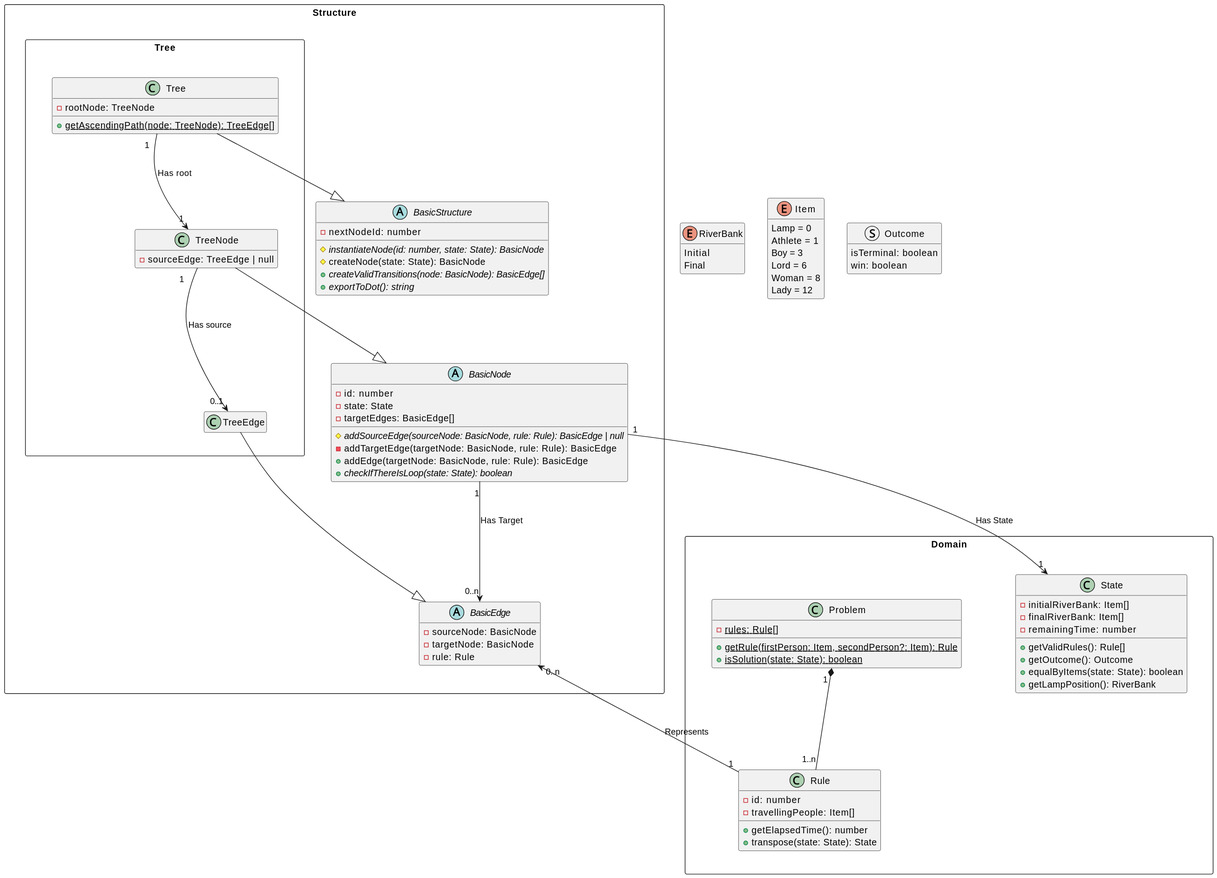
Above: docs/classDiagram.svg in gabdumal/ponteEscura (PlantUML), before the change.
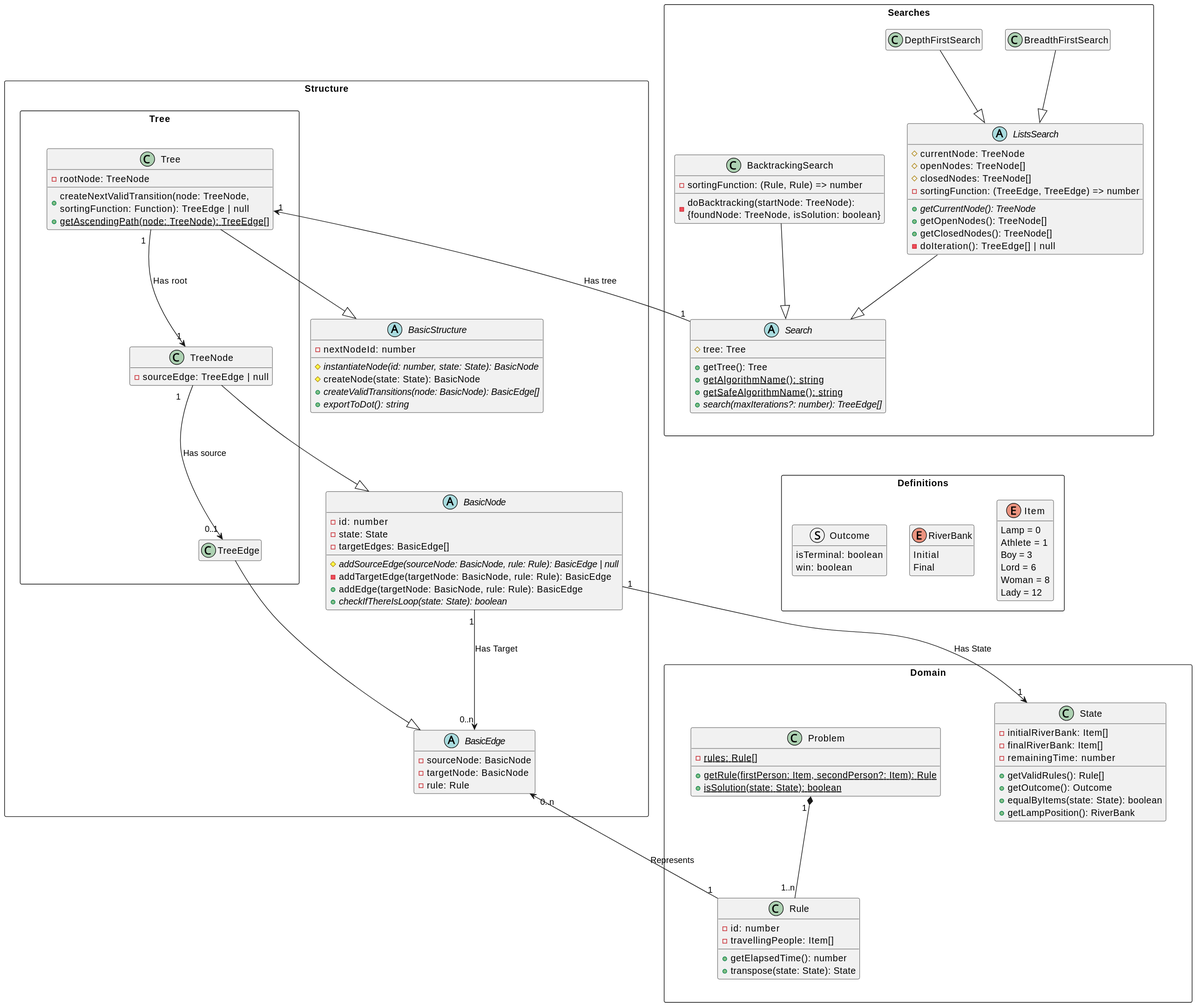
Later version of the same file.

Commit message:
Create abstract class Search

The edit, as a diff of the source:
```diff
@@ -1,6 +1,40 @@
 @startuml
 
     hide empty members
+
+
+
+    package Definitions <<Rectangle>> {
+        enum Item
+        enum RiverBank
+        struct Outcome
+    }
+
+    package Domain <<Rectangle>> {
+        class Rule
+        class State
+        class Problem
+    }
+
+    package Structure <<Rectangle>> {
+        class BasicEdge
+        class BasicNode
+        class BasicStructure
+
+        package Tree <<Rectangle>> {
+            class TreeEdge
+            class TreeNode
+            class Tree
+        }
+    }
+
+    package Searches <<Rectangle>> {
+        abstract class Search
+        abstract class ListsSearch
+        class BreadthFirstSearch
+        class DepthFirstSearch
+        class BacktrackingSearch
+    }
 
 
 
@@ -21,27 +55,6 @@
     struct Outcome {
         isTerminal: boolean
         win: boolean
-    }
-
-
-
-    package Domain <<Rectangle>> {
-        class Rule
-        class State
-        class Problem
-    }
-
-    package Structure <<Rectangle>> {
-        class BasicEdge
-        class BasicNode
-        class BasicStructure
-
-        package Tree <<Rectangle>> {
-            class TreeEdge
-            class TreeNode
-            class Tree
-        }
-
     }
 
 
@@ -101,7 +114,32 @@
 
     class Tree {
         -rootNode: TreeNode
+        +createNextValidTransition(node: TreeNode, \nsortingFunction: Function): TreeEdge | null
         +{static}getAscendingPath(node: TreeNode): TreeEdge[]
+    }
+
+    abstract class Search {
+        #tree: Tree
+        +getTree(): Tree
+        +{static}getAlgorithmName(): string
+        +{static}getSafeAlgorithmName(): string
+        +{abstract}search(maxIterations?: number): TreeEdge[]
+    }
+
+    class BacktrackingSearch {
+        {field}-sortingFunction: (Rule, Rule) => number
+        -doBacktracking(startNode: TreeNode): \n{foundNode: TreeNode, isSolution: boolean}
+    }
+
+    abstract class ListsSearch {
+        #currentNode: TreeNode
+        #openNodes: TreeNode[]
+        #closedNodes: TreeNode[]
+        {field}-sortingFunction: (TreeEdge, TreeEdge) => number
+        {abstract}+getCurrentNode(): TreeNode
+        +getOpenNodes(): TreeNode[]
+        +getClosedNodes(): TreeNode[]
+        -doIteration(): TreeEdge[] | null
     }
 
 
@@ -112,14 +150,18 @@
     BasicNode "1" --> "1" State : Has State
     TreeNode "1" --> "0..1" TreeEdge : Has source
     Tree "1" --> "1" TreeNode : Has root
+    Tree "1" <-- "1" Search : Has tree
     TreeEdge --|> BasicEdge
     TreeNode --|> BasicNode
     Tree --|> BasicStructure
+    ListsSearch --|> Search
+    BacktrackingSearch --|> Search
+    BreadthFirstSearch --|> ListsSearch
+    DepthFirstSearch --|> ListsSearch
 
-    Structure -[hidden]down-> RiverBank
-    RiverBank -[hidden]right-> Item
-    Item -[hidden]right-> Outcome
-
+    Item -[hidden]left- RiverBank
+    RiverBank -[hidden]left- Outcome
+    ListsSearch --[hidden]down-> Item
 
 
 @enduml
```
